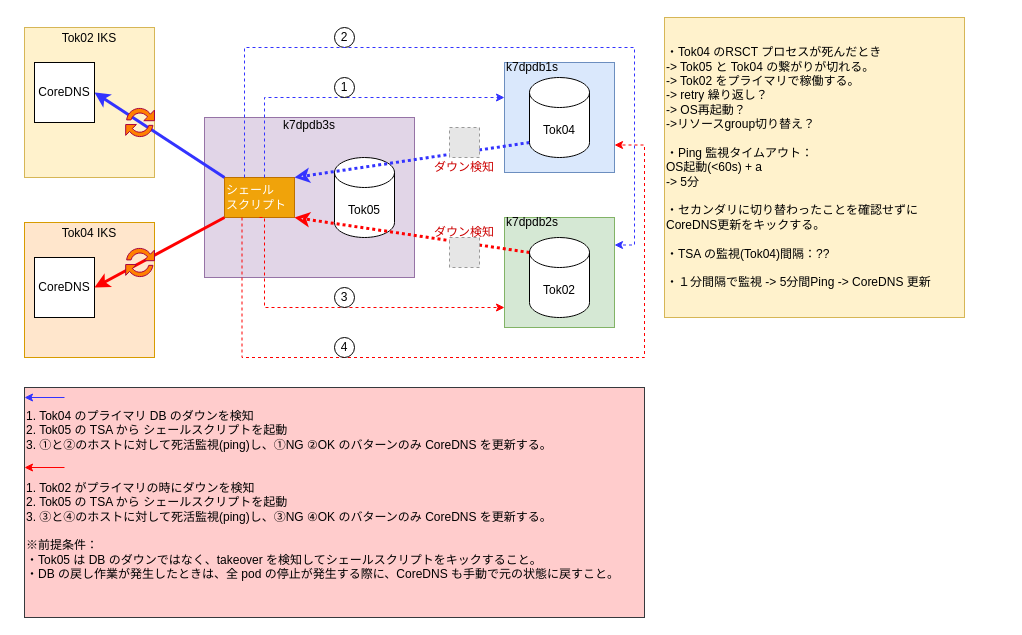
stefan21jp/Liberty keeps this draw.io diagram as page "Copy of Page-12" (13 of 16) of Untitled Diagram.drawio. Above is the earlier version. Source tidied: cells renumbered, new cells numbered last; positions are measured from the earlier drawing's top-left corner, leaving out a move shared by most shapes. Both pictures are drawn from the tidied source at 100%, with x=0, y=0 at pixel (24, 17). Pictures stored in the file or linked from it are replaced by grey dashed boxes.
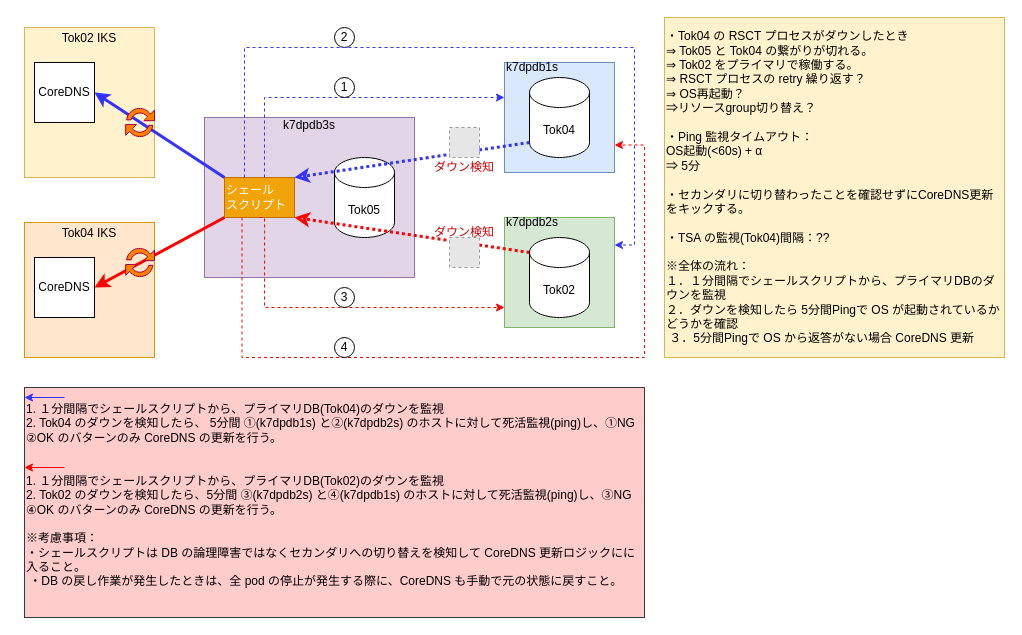
Above is the later version.

The edit, as a diff of the source:
```diff
@@
-    <mxCell id="23" value="&lt;div style=&quot;font-size: 12px&quot;&gt;1. Tok04 のプライマリ DB のダウンを検知&lt;/div&gt;&lt;div style=&quot;font-size: 12px&quot;&gt;2. Tok05 の TSA から シェールスクリプトを起動&lt;/div&gt;&lt;div style=&quot;font-size: 12px&quot;&gt;3. ①と②のホストに対して死活監視(ping)し、①NG ②OK のバターンのみ CoreDNS を更新する。&lt;/div&gt;&lt;div style=&quot;font-size: 12px&quot;&gt;&lt;br style=&quot;font-size: 12px&quot;&gt;&lt;/div&gt;&lt;div style=&quot;font-size: 12px&quot;&gt;&lt;br style=&quot;font-size: 12px&quot;&gt;&lt;/div&gt;&lt;div style=&quot;font-size: 12px&quot;&gt;&lt;div style=&quot;font-size: 12px&quot;&gt;1. Tok02 がプライマリの時にダウンを検知&lt;/div&gt;&lt;div style=&quot;font-size: 12px&quot;&gt;2. Tok05 の TSA から シェールスクリプトを起動&lt;/div&gt;&lt;div style=&quot;font-size: 12px&quot;&gt;3. ③と④のホストに対して死活監視(ping)し、③NG ④OK のバターンのみ CoreDNS を更新する。&lt;/div&gt;&lt;div style=&quot;font-size: 12px&quot;&gt;&lt;br style=&quot;font-size: 12px&quot;&gt;&lt;/div&gt;&lt;div style=&quot;font-size: 12px&quot;&gt;※前提条件：&lt;/div&gt;&lt;div style=&quot;font-size: 12px&quot;&gt;・Tok05 は DB のダウンではなく、takeover を検知してシェールスクリプトをキックすること。&lt;/div&gt;&lt;div style=&quot;font-size: 12px&quot;&gt;・DB の戻し作業が発生したときは、全 pod の停止が発生する際に、CoreDNS も手動で元の状態に戻すこと。&lt;/div&gt;&lt;div style=&quot;font-size: 12px&quot;&gt;&lt;br style=&quot;font-size: 12px&quot;&gt;&lt;/div&gt;&lt;/div&gt;" style="rounded=0;whiteSpace=wrap;html=1;align=left;fontSize=12;fillColor=#ffcccc;strokeColor=#36393d;" parent="1" vertex="1">
+    <mxCell id="23" value="&lt;div style=&quot;font-size: 12px&quot;&gt;1. １分間隔でシェールスクリプトから、プライマリDB(Tok04)のダウンを監視&lt;/div&gt;&lt;div style=&quot;font-size: 12px&quot;&gt;2. Tok04 のダウンを検知したら、 5分間 ①(k7dpdb1s) と②(k7dpdb2s) のホストに対して死活監視(ping)し、①NG ②OK のバターンのみ CoreDNS の更新を行う。&lt;/div&gt;&lt;div style=&quot;font-size: 12px&quot;&gt;&lt;br style=&quot;font-size: 12px&quot;&gt;&lt;/div&gt;&lt;div style=&quot;font-size: 12px&quot;&gt;&lt;br style=&quot;font-size: 12px&quot;&gt;&lt;/div&gt;&lt;div style=&quot;font-size: 12px&quot;&gt;&lt;div style=&quot;font-size: 12px&quot;&gt;1. １分間隔でシェールスクリプトから、プライマリDB(Tok02)のダウンを監視&lt;/div&gt;&lt;div style=&quot;font-size: 12px&quot;&gt;2. Tok02 のダウンを検知したら、5分間 ③(k7dpdb2s) と④(k7dpdb1s) のホストに対して死活監視(ping)し、③NG ④OK のバターンのみ CoreDNS の更新を行う。&lt;/div&gt;&lt;div style=&quot;font-size: 12px&quot;&gt;&lt;br style=&quot;font-size: 12px&quot;&gt;&lt;/div&gt;&lt;div style=&quot;font-size: 12px&quot;&gt;※考慮事項：&lt;/div&gt;&lt;div style=&quot;font-size: 12px&quot;&gt;・シェールスクリプトは DB の論理障害ではなくセカンダリへの切り替えを検知して CoreDNS 更新ロジックにに入ること。&lt;br&gt;&lt;/div&gt;&lt;div style=&quot;font-size: 12px&quot;&gt;&amp;nbsp;・DB の戻し作業が発生したときは、全 pod の停止が発生する際に、CoreDNS も手動で元の状態に戻すこと。&lt;/div&gt;&lt;div style=&quot;font-size: 12px&quot;&gt;&lt;br style=&quot;font-size: 12px&quot;&gt;&lt;/div&gt;&lt;/div&gt;" style="rounded=0;whiteSpace=wrap;html=1;align=left;fontSize=12;fillColor=#ffcccc;strokeColor=#36393d;" parent="1" vertex="1">
       <mxGeometry y="370" width="620" height="230" as="geometry" />
     </mxCell>
@@
-    <mxCell id="34" value="&lt;div align=&quot;left&quot;&gt;・Tok04 のRSCT プロセスが死んだとき&lt;/div&gt;&lt;div align=&quot;left&quot;&gt;-&amp;gt; Tok05 と Tok04 の繋がりが切れる。&lt;/div&gt;&lt;div align=&quot;left&quot;&gt;-&amp;gt; Tok02 をプライマリで稼働する。&lt;br&gt;&lt;/div&gt;&lt;div align=&quot;left&quot;&gt;-&amp;gt; retry 繰り返し？&lt;br&gt;&lt;/div&gt;&lt;div align=&quot;left&quot;&gt;-&amp;gt; OS再起動？&lt;/div&gt;&lt;div align=&quot;left&quot;&gt;-&amp;gt;リソースgroup切り替え？&lt;/div&gt;&lt;div align=&quot;left&quot;&gt;&lt;br&gt;&lt;/div&gt;&lt;div align=&quot;left&quot;&gt;・Ping 監視タイムアウト：&lt;/div&gt;&lt;div align=&quot;left&quot;&gt;OS起動(&amp;lt;60s) + a&lt;/div&gt;&lt;div align=&quot;left&quot;&gt;-&amp;gt; 5分&lt;/div&gt;&lt;div align=&quot;left&quot;&gt;&lt;br&gt;&lt;/div&gt;&lt;div align=&quot;left&quot;&gt;・セカンダリに切り替わったことを確認せずにCoreDNS更新をキックする。&lt;/div&gt;&lt;div align=&quot;left&quot;&gt;&lt;br&gt;&lt;/div&gt;&lt;div align=&quot;left&quot;&gt;・TSA の監視(Tok04)間隔：??&lt;/div&gt;&lt;div align=&quot;left&quot;&gt;&lt;br&gt;&lt;/div&gt;&lt;div align=&quot;left&quot;&gt;・１分間隔で監視 -&amp;gt; 5分間Ping -&amp;gt; CoreDNS 更新&lt;br&gt;&lt;/div&gt;" style="whiteSpace=wrap;html=1;fillColor=#fff2cc;strokeColor=#d6b656;align=left;" parent="1" vertex="1">
-      <mxGeometry x="640" width="300" height="300" as="geometry" />
+    <mxCell id="34" value="&lt;div align=&quot;left&quot;&gt;・Tok04 の RSCT プロセスがダウンしたとき&lt;/div&gt;&lt;div align=&quot;left&quot;&gt;⇒ Tok05 と Tok04 の繋がりが切れる。&lt;/div&gt;&lt;div align=&quot;left&quot;&gt;⇒ Tok02 をプライマリで稼働する。&lt;br&gt;&lt;/div&gt;&lt;div align=&quot;left&quot;&gt;⇒ RSCT プロセスの retry 繰り返す？&lt;br&gt;&lt;/div&gt;&lt;div align=&quot;left&quot;&gt;⇒ OS再起動？&lt;/div&gt;&lt;div align=&quot;left&quot;&gt;⇒リソースgroup切り替え？&lt;/div&gt;&lt;div align=&quot;left&quot;&gt;&lt;br&gt;&lt;/div&gt;&lt;div align=&quot;left&quot;&gt;・Ping 監視タイムアウト：&lt;/div&gt;&lt;div align=&quot;left&quot;&gt;OS起動(&amp;lt;60s) + α&lt;br&gt;&lt;/div&gt;&lt;div align=&quot;left&quot;&gt;⇒ 5分&lt;/div&gt;&lt;div align=&quot;left&quot;&gt;&lt;br&gt;&lt;/div&gt;&lt;div align=&quot;left&quot;&gt;・セカンダリに切り替わったことを確認せずにCoreDNS更新をキックする。&lt;/div&gt;&lt;div align=&quot;left&quot;&gt;&lt;br&gt;&lt;/div&gt;&lt;div align=&quot;left&quot;&gt;・TSA の監視(Tok04)間隔：??&lt;/div&gt;&lt;div align=&quot;left&quot;&gt;&lt;br&gt;&lt;/div&gt;&lt;div align=&quot;left&quot;&gt;※全体の流れ：&lt;br&gt;&lt;/div&gt;&lt;div align=&quot;left&quot;&gt;１．１分間隔でシェールスクリプトから、プライマリDBのダウンを監視 &lt;br&gt;&lt;/div&gt;&lt;div align=&quot;left&quot;&gt;２．ダウンを検知したら 5分間Pingで OS が起動されているかどうかを確認&lt;/div&gt;&lt;div align=&quot;left&quot;&gt;&amp;nbsp;３．5分間Pingで OS から返答がない場合 CoreDNS 更新&lt;br&gt;&lt;/div&gt;" style="whiteSpace=wrap;html=1;fillColor=#fff2cc;strokeColor=#d6b656;align=left;" parent="1" vertex="1">
+      <mxGeometry x="640" width="340" height="340" as="geometry" />
     </mxCell>
```
